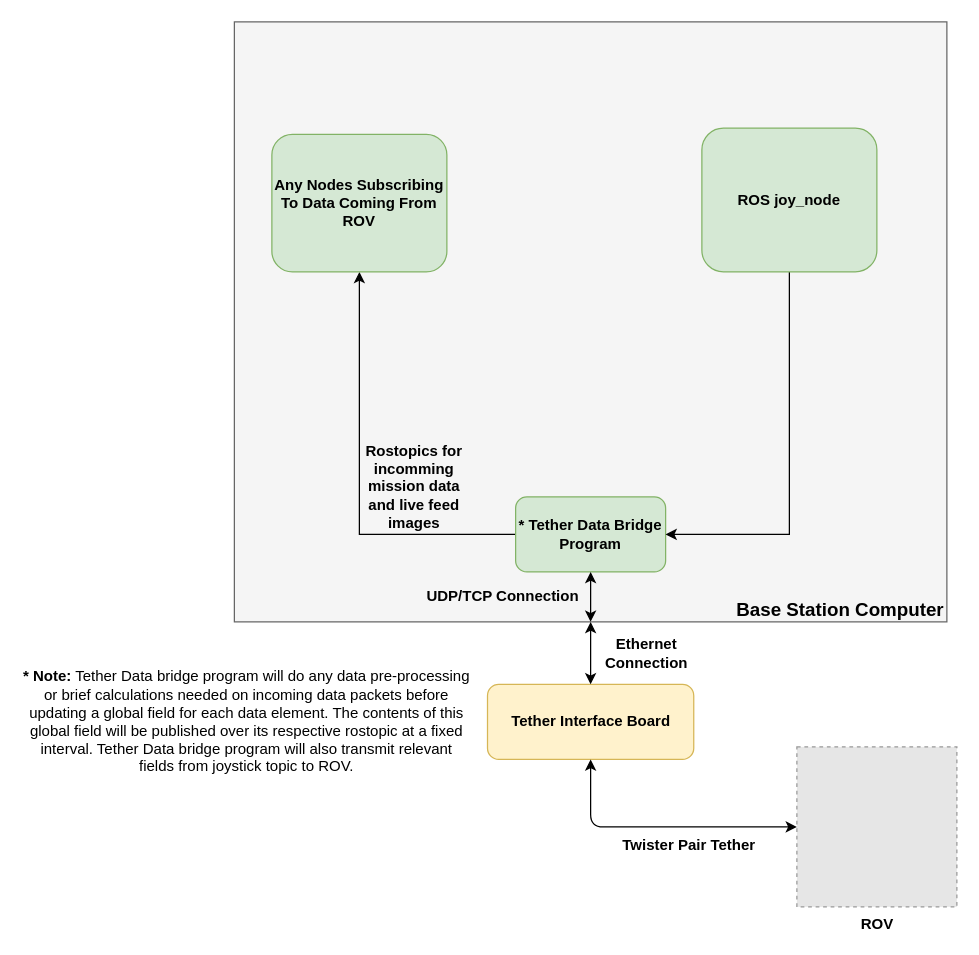
Above: docs/architecture/ROV-BaseStation-Comms-Manager.drawio in sherrardTr4129/RIT-MSD-Finger-Lakes-ROV (draw.io), before the change. Source tidied: cells renumbered, new cells numbered last; positions are measured from the earlier drawing's top-left corner, leaving out a move shared by most shapes. Both pictures are drawn from the tidied source at 125%, with x=0, y=0 at pixel (21, 21). Pictures stored in the file or linked from it are replaced by grey dashed boxes.
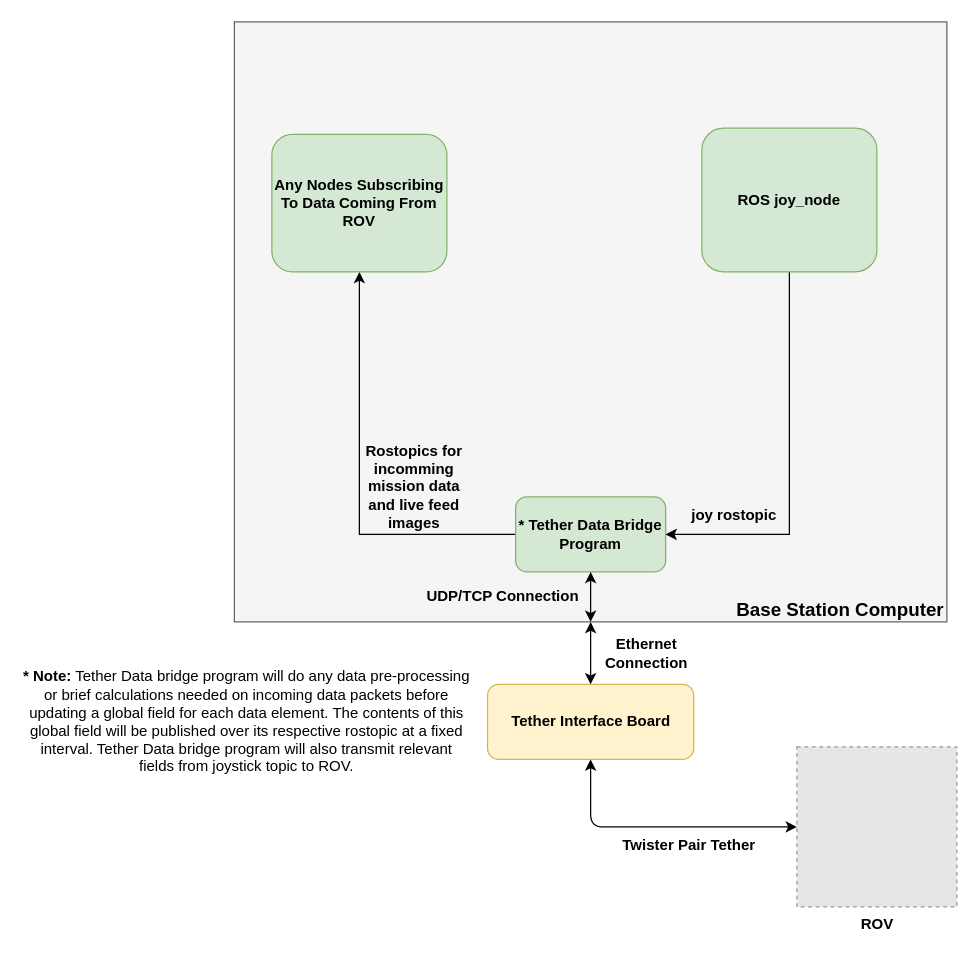
Above is the later version.

Diff of the diagram source:
```diff
@@
+    <mxCell id="19" value="joy rostopic" style="text;html=1;strokeColor=none;fillColor=none;align=center;verticalAlign=middle;whiteSpace=wrap;rounded=0;fontStyle=1;" parent="1" vertex="1">
+      <mxGeometry x="530" y="390" width="80" height="10" as="geometry" />
+    </mxCell>
```
